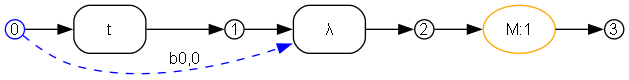
Above: crates/bhyp/images/test_example_beta_rule_instance_v_to_lambda_x_tx/instantiated_rule_span_right.png in ammatsui/bhypvis (Graphviz), before the change. Its source is kept beside it as crates/bhyp/images/test_example_beta_rule_instance_v_to_lambda_x_tx/instantiated_rule_span_right.dot.
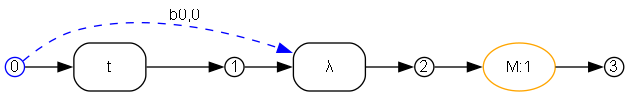
After the change.

The edit, as a diff of the source:
```diff
@@ -5,21 +5,21 @@
   node [fontname="Helvetica", fontsize=12];
   edge [fontname="Helvetica", fontsize=12];
 
+  n3 [label="3", shape=circle, style=filled, fillcolor=white, color="black", width=0.2, height=0.2, fixedsize=true];
+  n0 [label="0", shape=circle, style=filled, fillcolor=white, color="blue", width=0.2, height=0.2, fixedsize=true];
   n1 [label="1", shape=circle, style=filled, fillcolor=white, color="black", width=0.2, height=0.2, fixedsize=true];
-  n0 [label="0", shape=circle, style=filled, fillcolor=white, color="blue", width=0.2, height=0.2, fixedsize=true];
   n2 [label="2", shape=circle, style=filled, fillcolor=white, color="black", width=0.2, height=0.2, fixedsize=true];
-  n3 [label="3", shape=circle, style=filled, fillcolor=white, color="black", width=0.2, height=0.2, fixedsize=true];
 
-  e0 [label="t", shape=box, style=rounded, color="black"];
   e1 [label="λ", shape=box, style=rounded, color="black"];
   e2 [label="M:1", shape=ellipse, style=rounded, color="orange"];
+  e0 [label="t", shape=box, style=rounded, color="black"];
 
-  n0 -> e0 [label=""];
   n1 -> e1 [label=""];
   n0 -> e1 [style=dashed, color="blue", constraint=false, label="b0,0"];
   n2 -> e2 [label=""];
+  n0 -> e0 [label=""];
 
-  e0 -> n1 [label=""];
   e1 -> n2 [label=""];
   e2 -> n3 [label=""];
+  e0 -> n1 [label=""];
 }
```
